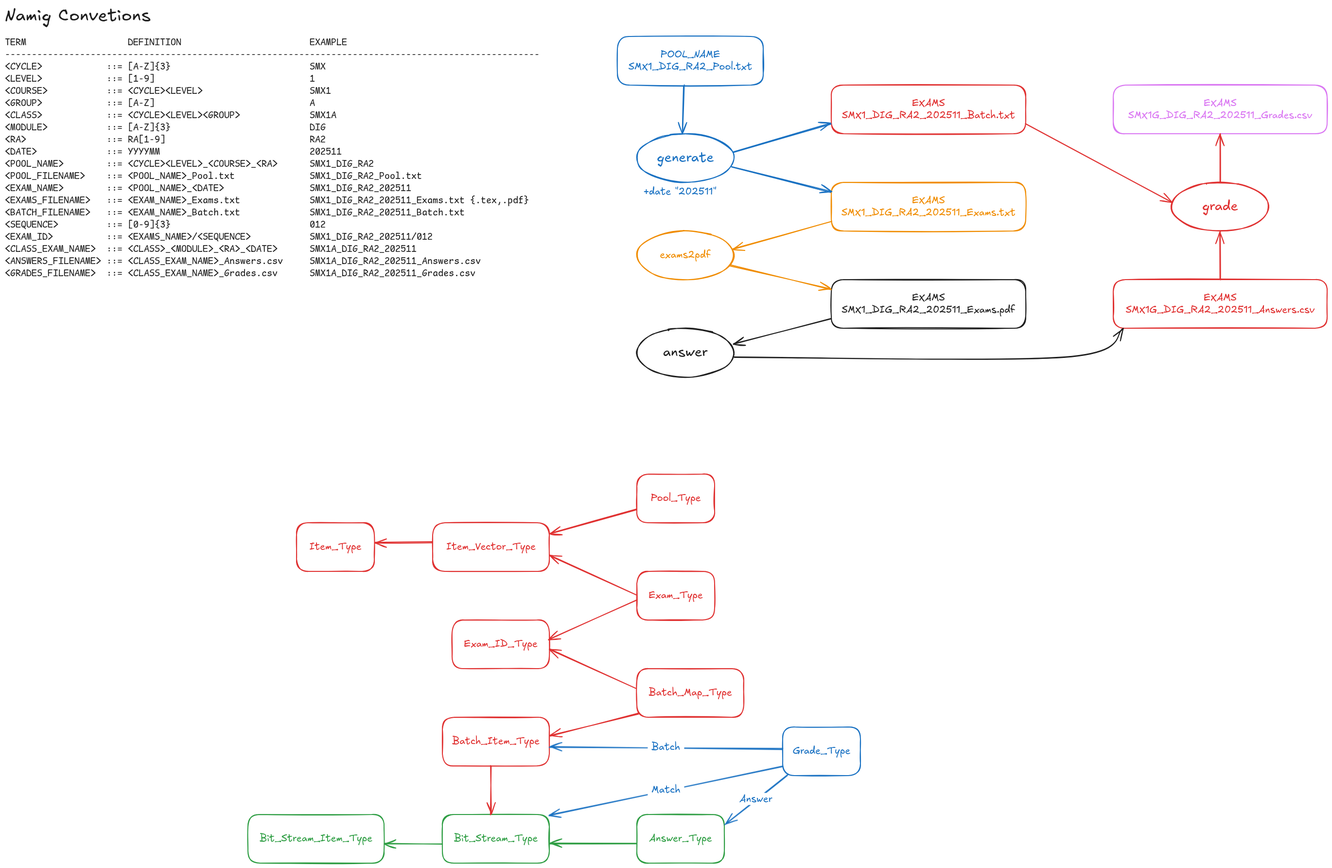
This is documents.excalidraw.png from rocher/hilbert, a Excalidraw export, as it was before one commit. Source tidied: one line per element, renumbered; positions are measured from the earlier drawing's top-left corner, leaving out a move shared by most shapes.
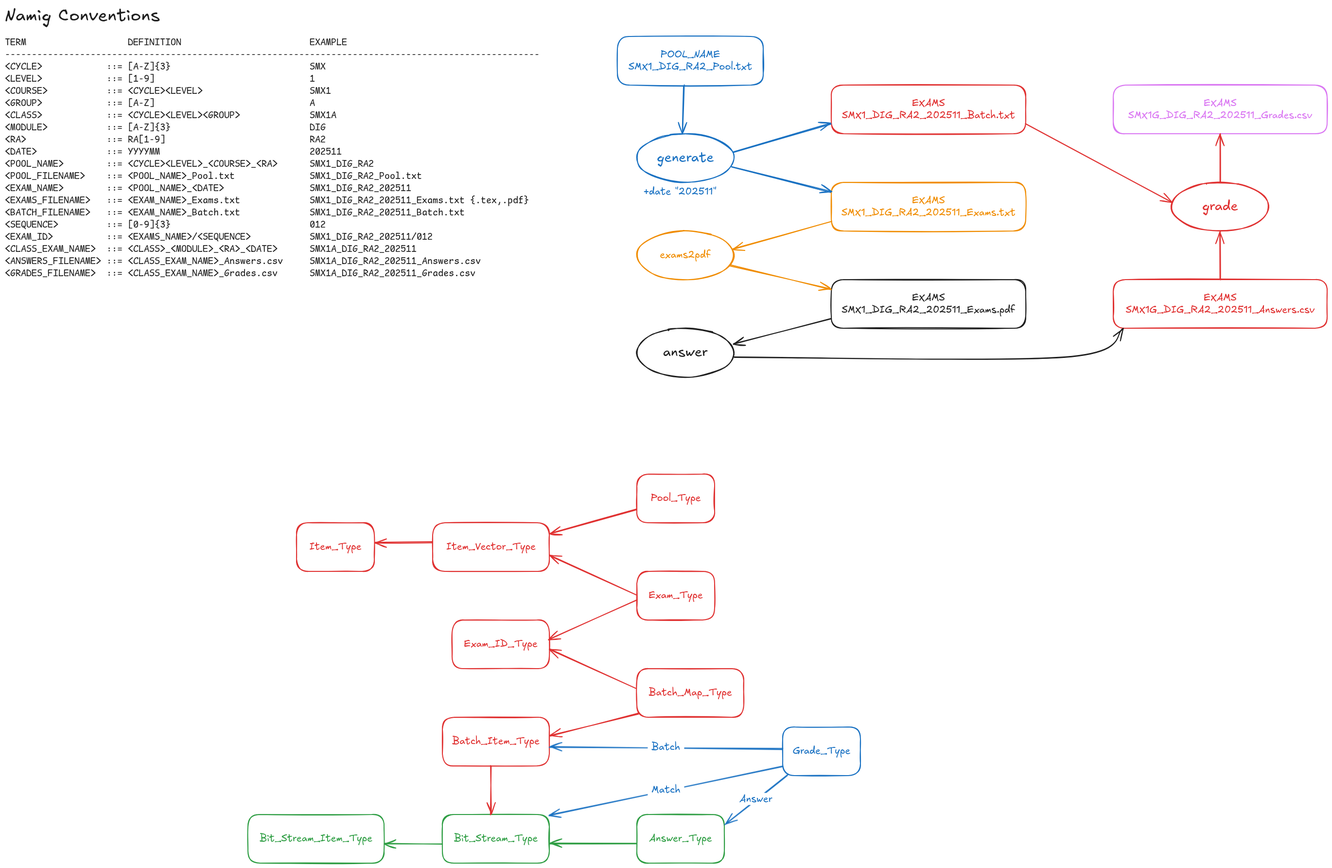
The same file after the commit.

What changed in the source:
```diff
@@ -30,7 +30,7 @@
 {"id": 29, "type": "arrow", "strokeColor": "#e03131", "strokeWidth": 2, "roughness": 1, "endArrowhead": "arrow", "round": true, "from": 17, "to": 8, "x": 2500, "y": 364, "width": 0, "height": 99, "points": [[0, 0], [0, -99]]}
 {"id": 30, "type": "text", "text": "+date \"202511\"", "strokeColor": "#1971c2", "strokeWidth": 2, "roughness": 1, "fontSize": 20, "fontFamily": 5, "textAlign": "center", "x": 1314, "y": 372, "width": 150, "height": 25}
 {"id": 31, "type": "text", "text": "TERM                   DEFINITION                        EXAMPLE\n----------------------------------------------------------------------------------------------------\n<CYCLE>            ::= [A-Z]{3}                          SMX\n<LEVEL>            ::= [1-9]                             1\n<COURSE>           ::= <CYCLE><LEVEL>                    SMX1\n<GROUP>            ::= [A-Z]                             A\n<CLASS>            ::= <CYCLE><LEVEL><GROUP>             SMX1A\n<MODULE>           ::= [A-Z]{3}                          DIG\n<RA>               ::= RA[1-9]                           RA2\n<DATE>             ::= YYYYMM                            202511\n<POOL_NAME>        ::= <CYCLE><LEVEL>_<COURSE>_<RA>      SMX1_DIG_RA2\n<POOL_FILENAME>    ::= <POOL_NAME>_Pool.txt              SMX1_DIG_RA2_Pool.txt\n<EXAM_NAME>        ::= <POOL_NAME>_<DATE>                SMX1_DIG_RA2_202511\n<EXAMS_FILENAME>   ::= <EXAM_NAME>_Exams.txt             SMX1_DIG_RA2_202511_Exams.txt {.tex,.pdf}\n<BATCH_FILENAME>   ::= <EXAM_NAME>_Batch.txt             SMX1_DIG_RA2_202511_Batch.txt\n<SEQUENCE>         ::= [0-9]{3}                          012\n<EXAM_ID>          ::= <EXAMS_NAME>/<SEQUENCE>           SMX1_DIG_RA2_202511/012\n<CLASS_EXAM_NAME>  ::= <CLASS>_<MODULE>_<RA>_<DATE>      SMX1A_DIG_RA2_202511\n<ANSWERS_FILENAME> ::= <CLASS_EXAM_NAME>_Answers.csv     SMX1A_DIG_RA2_202511_Answers.csv\n<GRADES_FILENAME>  ::= <CLASS_EXAM_NAME>_Grades.csv      SMX1A_DIG_RA2_202511_Grades.csv", "strokeColor": "#1e1e1e", "strokeWidth": 2, "roughness": 1, "fontSize": 20, "fontFamily": 8, "x": 0, "y": 65, "width": 1100, "height": 500}
-{"id": 32, "type": "text", "text": "Namig Convetions", "strokeColor": "#1e1e1e", "strokeWidth": 2, "roughness": 1, "fontSize": 36, "fontFamily": 5, "x": 0, "y": 0, "width": 300, "height": 45}
+{"id": 32, "type": "text", "text": "Namig Conventions", "strokeColor": "#1e1e1e", "strokeWidth": 2, "roughness": 1, "fontSize": 36, "fontFamily": 5, "x": 0, "y": 0, "width": 319, "height": 45}
 {"id": 33, "type": "rectangle", "strokeColor": "#e03131", "strokeWidth": 2, "roughness": 1, "round": true, "x": 600, "y": 1065, "width": 160, "height": 100}
 {"id": 34, "type": "text", "text": "Item_Type", "strokeColor": "#e03131", "strokeWidth": 2, "roughness": 1, "fontSize": 20, "fontFamily": 5, "textAlign": "center", "verticalAlign": "middle", "inside": 33, "x": 626, "y": 1102, "width": 107, "height": 25}
 {"id": 35, "type": "rectangle", "strokeColor": "#e03131", "strokeWidth": 2, "roughness": 1, "round": true, "x": 1300, "y": 965, "width": 160, "height": 100}
```
